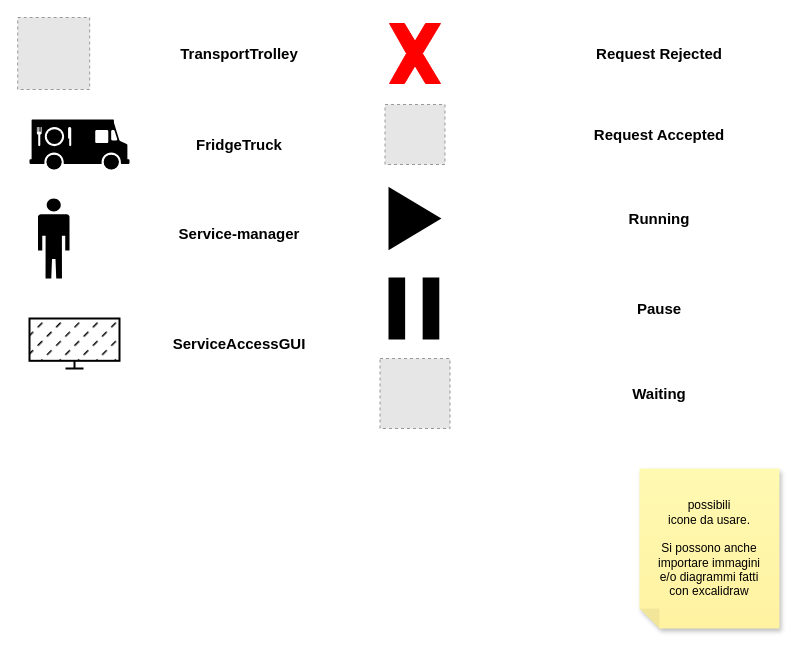
Earlier version of the draw.io diagram Sprint0/userDocs/resources/draw/legenda.drawio (LEOB3TA/ColdStorageService-Project). Source tidied: cells renumbered, new cells numbered last; positions are measured from the earlier drawing's top-left corner, leaving out a move shared by most shapes. Both pictures are drawn from the tidied source at 100%, with x=0, y=0 at pixel (17, 17). Pictures stored in the file or linked from it are replaced by grey dashed boxes.
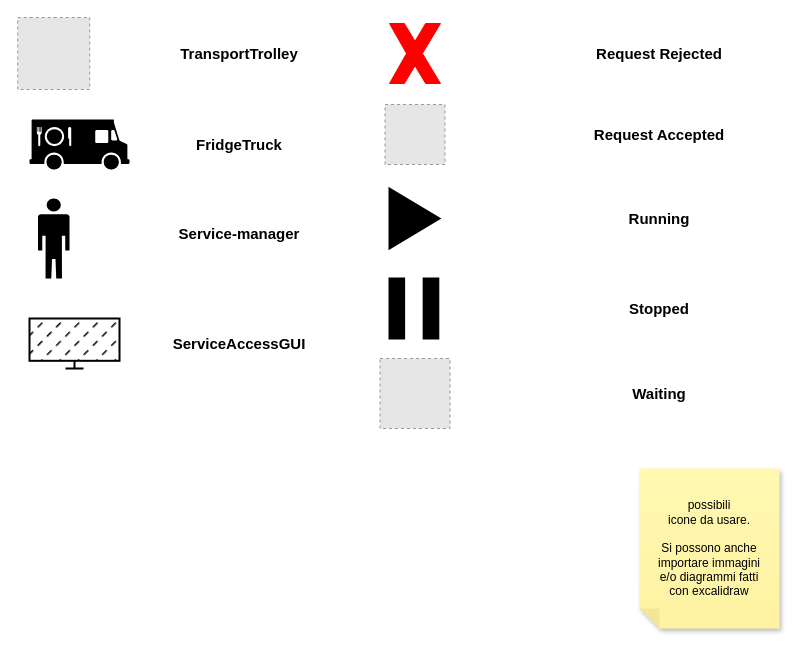
The same page after the edit.

What changed in the source:
```diff
@@
-    <mxCell id="17" value="&lt;font size=&quot;1&quot;&gt;&lt;b style=&quot;font-size: 15px;&quot;&gt;Pause&lt;/b&gt;&lt;/font&gt;" style="text;html=1;strokeColor=none;fillColor=none;align=center;verticalAlign=middle;whiteSpace=wrap;rounded=0;" parent="1" vertex="1">
+    <mxCell id="17" value="&lt;font size=&quot;1&quot;&gt;&lt;b style=&quot;font-size: 15px;&quot;&gt;Stopped&lt;/b&gt;&lt;/font&gt;" style="text;html=1;strokeColor=none;fillColor=none;align=center;verticalAlign=middle;whiteSpace=wrap;rounded=0;" parent="1" vertex="1">
       <mxGeometry x="572" y="276" width="140" height="30" as="geometry" />
     </mxCell>
```
